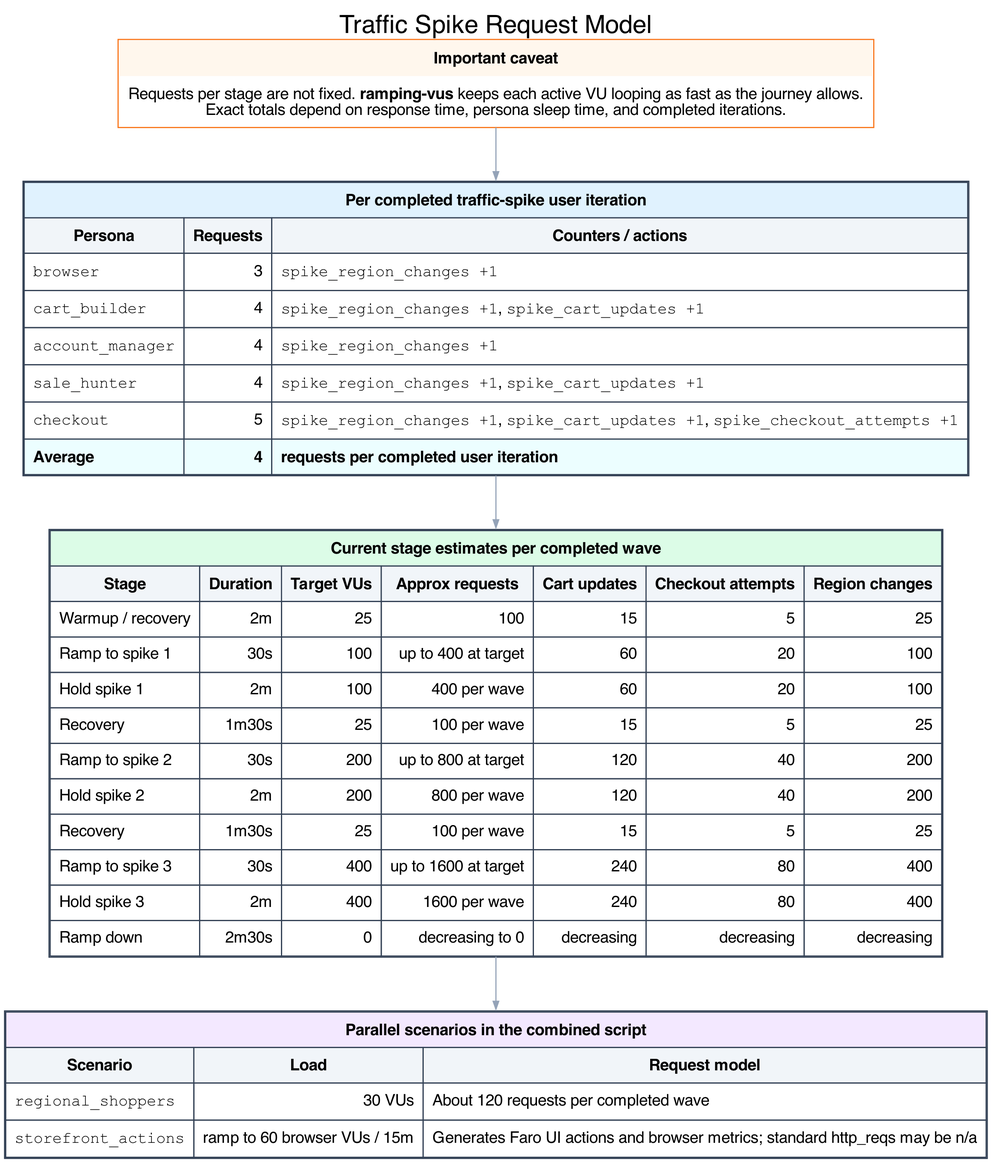
Above: docs/graphviz/traffic-spike-request-tables.png in orenlion1/ensemble-retail (Graphviz), before the change. Its source is kept beside it as docs/graphviz/traffic-spike-request-tables.dot.
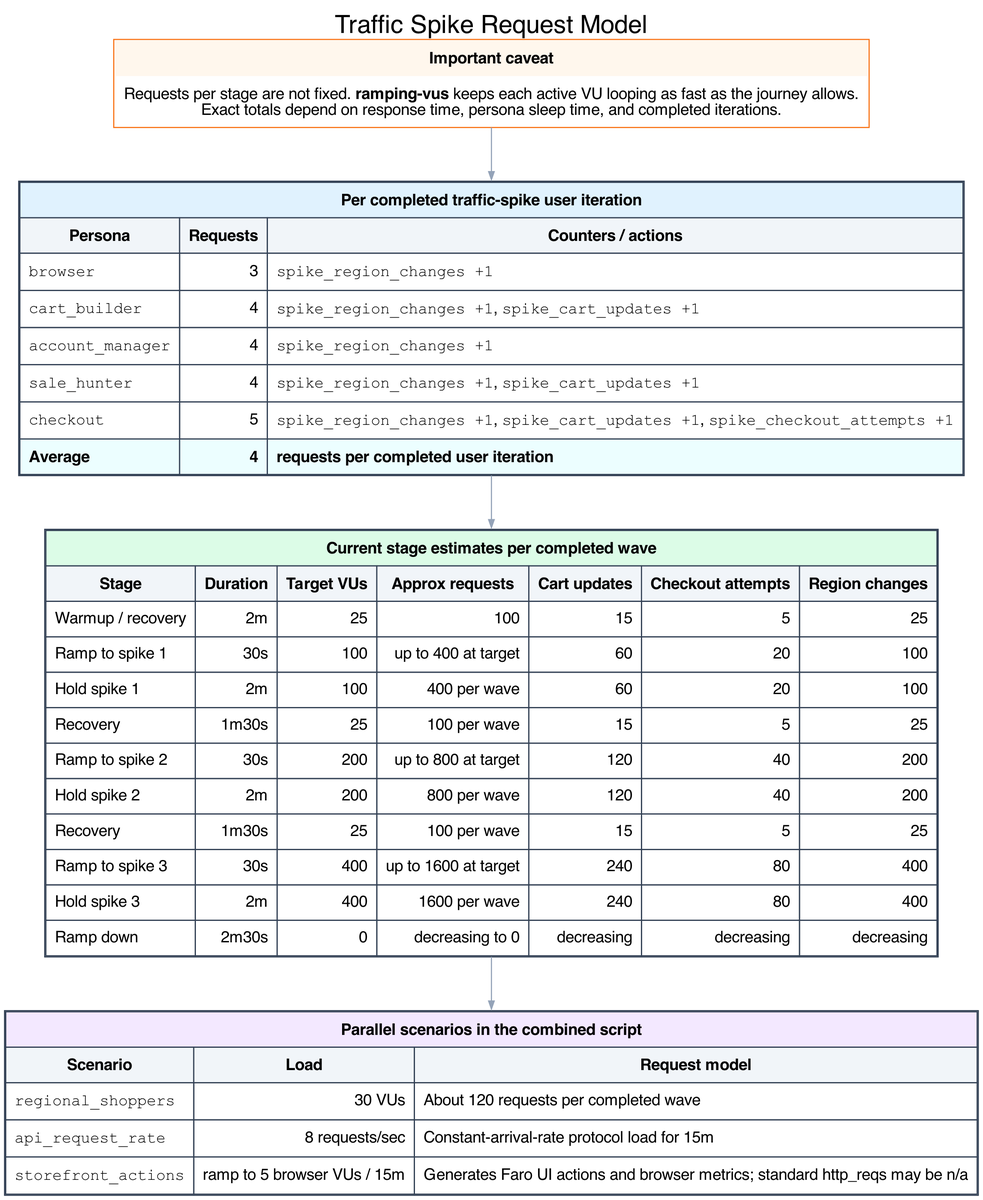
After the change.

Change to the diagram source:
```diff
@@ -23,7 +23,7 @@
       <TR><TD ALIGN="LEFT">Ramp down</TD><TD ALIGN="RIGHT">2m30s</TD><TD ALIGN="RIGHT">0</TD><TD ALIGN="RIGHT">decreasing to 0</TD><TD ALIGN="RIGHT">decreasing</TD><TD ALIGN="RIGHT">decreasing</TD><TD ALIGN="RIGHT">decreasing</TD></TR></TABLE>
   >];
   parallel_table [label=<
-    <TABLE BORDER="1" CELLBORDER="1" CELLSPACING="0" CELLPADDING="7" COLOR="#334155"><TR><TD COLSPAN="3" BGCOLOR="#f3e8ff"><B>Parallel scenarios in the combined script</B></TD></TR><TR><TD BGCOLOR="#f1f5f9"><B>Scenario</B></TD><TD BGCOLOR="#f1f5f9"><B>Load</B></TD><TD BGCOLOR="#f1f5f9"><B>Request model</B></TD></TR><TR><TD ALIGN="LEFT"><FONT FACE="Courier">regional_shoppers</FONT></TD><TD ALIGN="RIGHT">30 VUs</TD><TD ALIGN="LEFT">About 120 requests per completed wave</TD></TR><TR><TD ALIGN="LEFT"><FONT FACE="Courier">storefront_actions</FONT></TD><TD ALIGN="RIGHT">ramp to 60 browser VUs / 15m</TD><TD ALIGN="LEFT">Generates Faro UI actions and browser metrics; standard http_reqs may be n/a</TD></TR></TABLE>
+    <TABLE BORDER="1" CELLBORDER="1" CELLSPACING="0" CELLPADDING="7" COLOR="#334155"><TR><TD COLSPAN="3" BGCOLOR="#f3e8ff"><B>Parallel scenarios in the combined script</B></TD></TR><TR><TD BGCOLOR="#f1f5f9"><B>Scenario</B></TD><TD BGCOLOR="#f1f5f9"><B>Load</B></TD><TD BGCOLOR="#f1f5f9"><B>Request model</B></TD></TR><TR><TD ALIGN="LEFT"><FONT FACE="Courier">regional_shoppers</FONT></TD><TD ALIGN="RIGHT">30 VUs</TD><TD ALIGN="LEFT">About 120 requests per completed wave</TD></TR><TR><TD ALIGN="LEFT"><FONT FACE="Courier">api_request_rate</FONT></TD><TD ALIGN="RIGHT">8 requests/sec</TD><TD ALIGN="LEFT">Constant-arrival-rate protocol load for 15m</TD></TR><TR><TD ALIGN="LEFT"><FONT FACE="Courier">storefront_actions</FONT></TD><TD ALIGN="RIGHT">ramp to 5 browser VUs / 15m</TD><TD ALIGN="LEFT">Generates Faro UI actions and browser metrics; standard http_reqs may be n/a</TD></TR></TABLE>
   >];
 
   caveat -> persona_table -> stage_table -> parallel_table;
```
